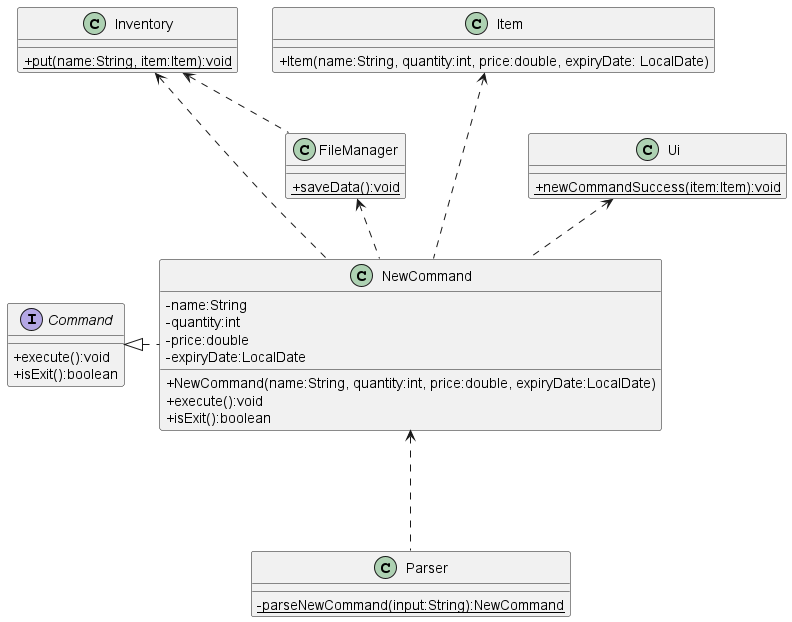
Before: docs/uml-diagrams/NewCommandClass.png, a diagram exported from PlantUML (rismm/tp). The source it was exported from:
```plantuml
@startuml
skinparam classAttributeIconSize 0

abstract class Command
class Inventory
class Item
class NewCommand
class Parser
class Ui
class FileManager

Command <|. NewCommand
Item <... NewCommand
Ui <.. NewCommand
Inventory <.. NewCommand
NewCommand <... Parser
FileManager <.. NewCommand
Inventory <.. FileManager

interface Command {
    +execute():void
    +isExit():boolean
}

class NewCommand {
    -name:String
    -quantity:int
    -price:double
    -expiryDate:LocalDate
    +NewCommand(name:String, quantity:int, price:double, expiryDate:LocalDate)
    +execute():void
    +isExit():boolean
}

class Item {
    +Item(name:String, quantity:int, price:double, expiryDate: LocalDate)
}

class Inventory {
    {static}+put(name:String, item:Item):void
}

class Ui {
    {static}+newCommandSuccess(item:Item):void
}

class Parser {
    {static}-parseNewCommand(input:String):NewCommand
}

class FileManager {
    {static}+saveData():void
}

@enduml
```
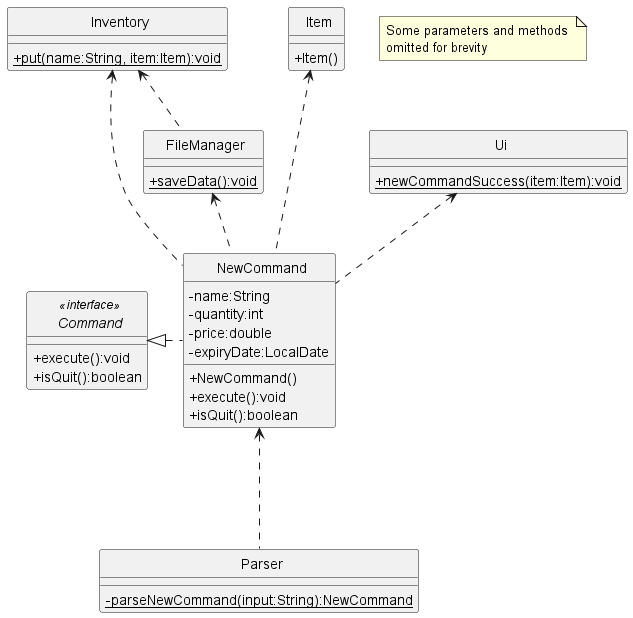
Later version of the same file.

What changed in the source:
```diff
@@ -1,5 +1,7 @@
 @startuml
 skinparam classAttributeIconSize 0
+skinparam CircledCharacterFontSize 0
+skinparam CircledCharacterRadius 0
 
 abstract class Command
 class Inventory
@@ -17,9 +19,9 @@
 FileManager <.. NewCommand
 Inventory <.. FileManager
 
-interface Command {
+interface Command <<interface>> {
     +execute():void
-    +isExit():boolean
+    +isQuit():boolean
 }
 
 class NewCommand {
@@ -27,13 +29,13 @@
     -quantity:int
     -price:double
     -expiryDate:LocalDate
-    +NewCommand(name:String, quantity:int, price:double, expiryDate:LocalDate)
+    +NewCommand()
     +execute():void
-    +isExit():boolean
+    +isQuit():boolean
 }
 
 class Item {
-    +Item(name:String, quantity:int, price:double, expiryDate: LocalDate)
+    +Item()
 }
 
 class Inventory {
@@ -52,4 +54,6 @@
     {static}+saveData():void
 }
 
+note "Some parameters and methods \nomitted for brevity" as n1
+
 @enduml
```
